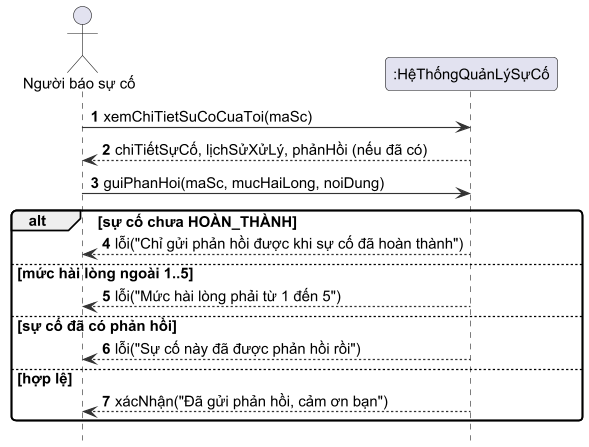
Earlier version of the PlantUML export docs/uml/h2_5c_ssd_uc5.png (greyd254/IMS_TEST). Source of this version:
```plantuml
@startuml h2_5c_ssd_uc5
!include _style.iuml
hide footbox
autonumber
actor "Người báo sự cố" as U
participant ":HệThốngQuảnLýSựCố" as S

U -> S : xemChiTietSuCoCuaToi(maSc)
S --> U : chiTiếtSựCố, lịchSửXửLý, phảnHồi (nếu đã có)
U -> S : guiPhanHoi(maSc, mucHaiLong, noiDung)
alt sự cố chưa HOÀN_THÀNH
  S --> U : lỗi("Chỉ gửi phản hồi được khi sự cố đã hoàn thành")
else mức hài lòng ngoài 1..5
  S --> U : lỗi("Mức hài lòng phải từ 1 đến 5")
else sự cố đã có phản hồi
  S --> U : lỗi("Sự cố này đã được phản hồi rồi")
else hợp lệ
  S --> U : xácNhận("Đã gửi phản hồi, cảm ơn bạn")
end
@enduml
```
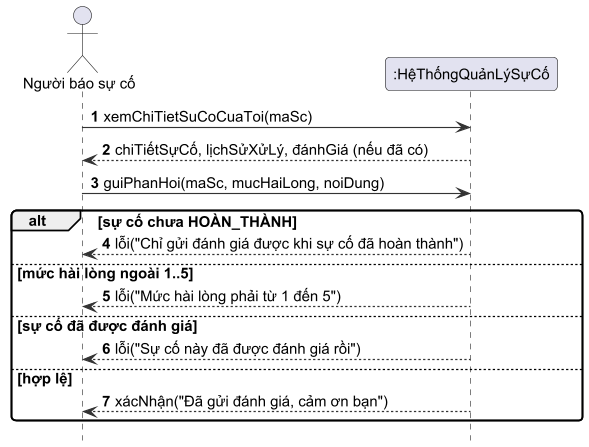
The same diagram one commit later.

The edit, as a diff of the source:
```diff
@@ -6,15 +6,15 @@
 participant ":HệThốngQuảnLýSựCố" as S
 
 U -> S : xemChiTietSuCoCuaToi(maSc)
-S --> U : chiTiếtSựCố, lịchSửXửLý, phảnHồi (nếu đã có)
+S --> U : chiTiếtSựCố, lịchSửXửLý, đánhGiá (nếu đã có)
 U -> S : guiPhanHoi(maSc, mucHaiLong, noiDung)
 alt sự cố chưa HOÀN_THÀNH
-  S --> U : lỗi("Chỉ gửi phản hồi được khi sự cố đã hoàn thành")
+  S --> U : lỗi("Chỉ gửi đánh giá được khi sự cố đã hoàn thành")
 else mức hài lòng ngoài 1..5
   S --> U : lỗi("Mức hài lòng phải từ 1 đến 5")
-else sự cố đã có phản hồi
-  S --> U : lỗi("Sự cố này đã được phản hồi rồi")
+else sự cố đã được đánh giá
+  S --> U : lỗi("Sự cố này đã được đánh giá rồi")
 else hợp lệ
-  S --> U : xácNhận("Đã gửi phản hồi, cảm ơn bạn")
+  S --> U : xácNhận("Đã gửi đánh giá, cảm ơn bạn")
 end
 @enduml
```
